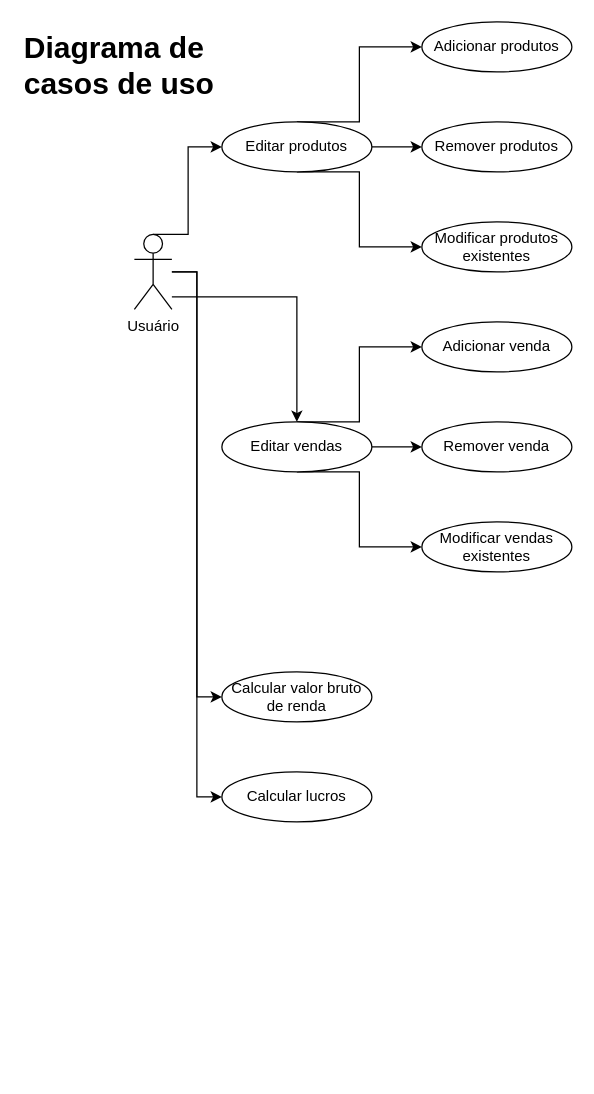
Above: IceProject.drawio in JBradachi/IceProject (draw.io), before the change. Source tidied: cells renumbered, new cells numbered last; positions are measured from the earlier drawing's top-left corner, leaving out a move shared by most shapes. Both pictures are drawn from the tidied source at 125%, with x=0, y=0 at pixel (21, 21).
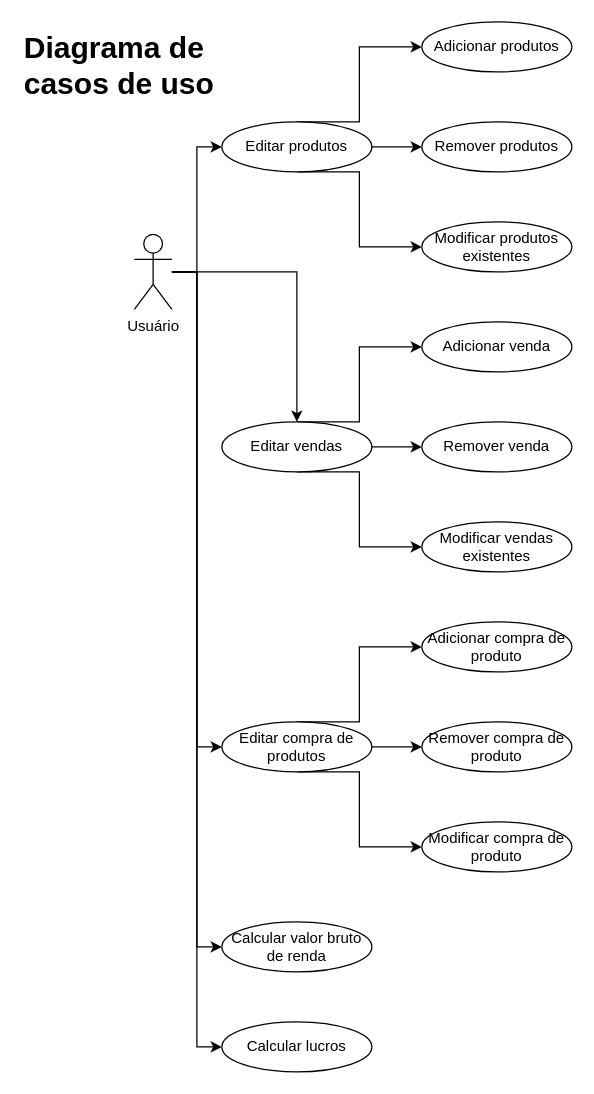
Above is the later version.

Unchanged cells that the change refers to:
```xml
<mxCell id="7" value="Usuário" style="shape=umlActor;verticalLabelPosition=bottom;verticalAlign=top;html=1;outlineConnect=0;" parent="1" vertex="1">
  <mxGeometry x="90" y="170" width="30" height="60" as="geometry" />
</mxCell>
<mxCell id="15" value="Editar produtos" style="ellipse;whiteSpace=wrap;html=1;" parent="1" vertex="1">
  <mxGeometry x="160" y="80" width="120" height="40" as="geometry" />
</mxCell>
<mxCell id="20" value="Editar vendas" style="ellipse;whiteSpace=wrap;html=1;" parent="1" vertex="1">
  <mxGeometry x="160" y="320" width="120" height="40" as="geometry" />
</mxCell>
```

The edit, as a diff of the source:
```diff
@@
-    <mxCell id="3" style="edgeStyle=elbowEdgeStyle;rounded=0;jettySize=auto;html=1;exitX=0.5;exitY=0;exitDx=0;exitDy=0;exitPerimeter=0;entryX=0;entryY=0.5;entryDx=0;entryDy=0;" parent="1" edge="1" source="7" target="15">
-      <mxGeometry relative="1" as="geometry" />
+    <mxCell id="3" style="edgeStyle=elbowEdgeStyle;rounded=0;jettySize=auto;html=1;entryX=0;entryY=0.5;entryDx=0;entryDy=0;" parent="1" edge="1" target="15">
+      <mxGeometry relative="1" as="geometry">
+        <mxPoint x="120" y="200" as="sourcePoint" />
+      </mxGeometry>
     </mxCell>
-    <mxCell id="4" style="edgeStyle=elbowEdgeStyle;rounded=0;jettySize=auto;html=1;entryX=0.5;entryY=0;entryDx=0;entryDy=0;" parent="1" edge="1" source="7" target="20">
+    <mxCell id="4" style="edgeStyle=elbowEdgeStyle;rounded=0;jettySize=auto;html=1;entryX=0.5;entryY=0;entryDx=0;entryDy=0;" parent="1" edge="1" target="20">
       <mxGeometry relative="1" as="geometry">
+        <mxPoint x="120" y="200" as="sourcePoint" />
         <Array as="points">
           <mxPoint x="220" y="220" />
         </Array>
       </mxGeometry>
     </mxCell>
@@
+    <mxCell id="24" style="edgeStyle=elbowEdgeStyle;rounded=0;jettySize=auto;html=1;" parent="1" edge="1" source="7" target="28">
+      <mxGeometry relative="1" as="geometry" />
+    </mxCell>
@@
     <mxCell id="10" value="Calcular valor bruto de renda" style="ellipse;whiteSpace=wrap;html=1;" parent="1" vertex="1">
-      <mxGeometry x="160" y="520" width="120" height="40" as="geometry" />
+      <mxGeometry x="160" y="720" width="120" height="40" as="geometry" />
     </mxCell>
     <mxCell id="11" value="Calcular lucros" style="ellipse;whiteSpace=wrap;html=1;" parent="1" vertex="1">
-      <mxGeometry x="160" y="600" width="120" height="40" as="geometry" />
+      <mxGeometry x="160" y="800" width="120" height="40" as="geometry" />
     </mxCell>
@@
+    <mxCell id="25" style="edgeStyle=elbowEdgeStyle;rounded=0;jettySize=auto;html=1;exitX=0.5;exitY=0;exitDx=0;exitDy=0;" parent="1" edge="1" source="28" target="29">
+      <mxGeometry relative="1" as="geometry" />
+    </mxCell>
+    <mxCell id="26" style="edgeStyle=elbowEdgeStyle;rounded=0;jettySize=auto;html=1;exitX=1;exitY=0.5;exitDx=0;exitDy=0;" parent="1" edge="1" source="28" target="30">
+      <mxGeometry relative="1" as="geometry" />
+    </mxCell>
+    <mxCell id="27" style="edgeStyle=elbowEdgeStyle;rounded=0;jettySize=auto;html=1;exitX=0.5;exitY=1;exitDx=0;exitDy=0;entryX=0;entryY=0.5;entryDx=0;entryDy=0;" parent="1" edge="1" source="28" target="31">
+      <mxGeometry relative="1" as="geometry" />
+    </mxCell>
+    <mxCell id="28" value="Editar compra de produtos" style="ellipse;whiteSpace=wrap;html=1;" parent="1" vertex="1">
+      <mxGeometry x="160" y="560" width="120" height="40" as="geometry" />
+    </mxCell>
+    <mxCell id="29" value="Adicionar compra de produto" style="ellipse;whiteSpace=wrap;html=1;" parent="1" vertex="1">
+      <mxGeometry x="320" y="480" width="120" height="40" as="geometry" />
+    </mxCell>
+    <mxCell id="30" value="Remover compra de produto" style="ellipse;whiteSpace=wrap;html=1;" parent="1" vertex="1">
+      <mxGeometry x="320" y="560" width="120" height="40" as="geometry" />
+    </mxCell>
+    <mxCell id="31" value="Modificar compra de produto" style="ellipse;whiteSpace=wrap;html=1;" parent="1" vertex="1">
+      <mxGeometry x="320" y="640" width="120" height="40" as="geometry" />
+    </mxCell>
```
